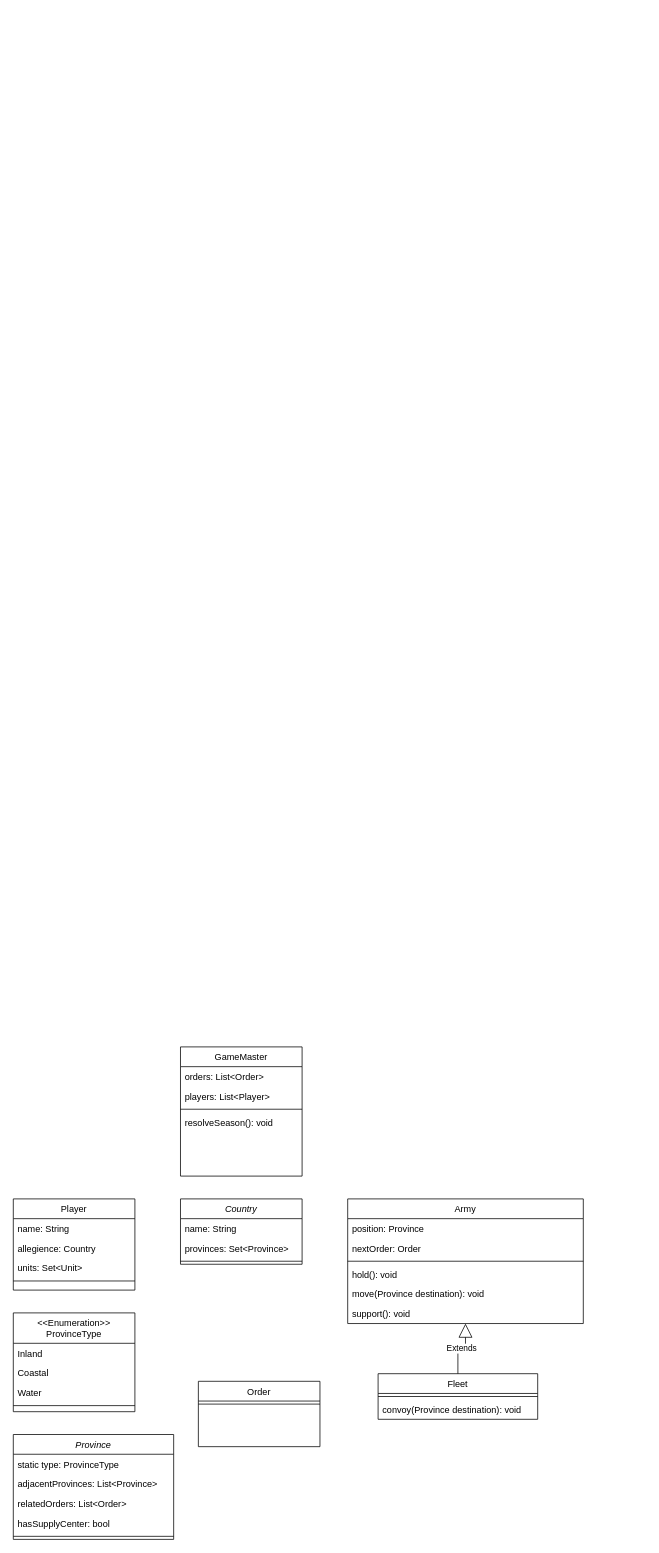
Above: docs/backend-uml.drawio in CPTR450-Diplomacy/backend (draw.io), before the change. Source tidied: cells renumbered, new cells numbered last; positions are measured from the earlier drawing's top-left corner, leaving out a move shared by most shapes. Both pictures are drawn from the tidied source at 76%, with x=0, y=0 at pixel (13, 1047).
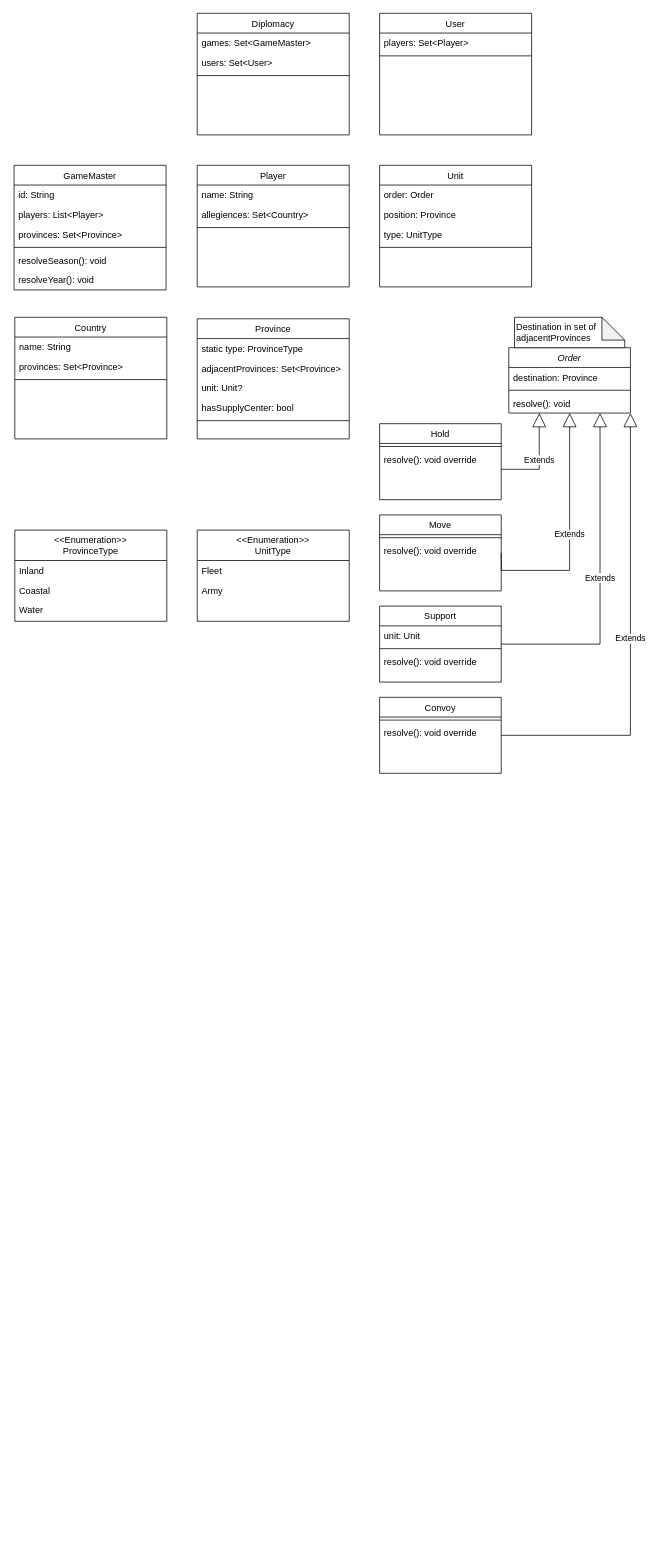
The same diagram, later.

Commit message (it also covers changes not shown here):
Updates to our backend architecture. (#1)

* WIP - Doing some rethinking of various instance variables for various classes.

* Updates from our Thursday meeting.

Change to the diagram source:
```diff
@@
     <mxCell id="2" value="Player" style="swimlane;fontStyle=0;align=center;verticalAlign=top;horizontal=1;startSize=26;rounded=0;shadow=0;strokeWidth=1;" parent="1" vertex="1">
-      <mxGeometry y="200" width="160" height="120" as="geometry" />
+      <mxGeometry x="242" y="-1160" width="200" height="160" as="geometry" />
     </mxCell>
     <mxCell id="3" value="name: String" style="text;align=left;verticalAlign=top;spacingLeft=4;spacingRight=4;overflow=hidden;" parent="2" vertex="1">
-      <mxGeometry y="26" width="160" height="26" as="geometry" />
+      <mxGeometry y="26" width="200" height="26" as="geometry" />
     </mxCell>
-    <mxCell id="4" value="allegience: Country" style="text;align=left;verticalAlign=top;spacingLeft=4;spacingRight=4;overflow=hidden;" parent="2" vertex="1">
-      <mxGeometry y="52" width="160" height="26" as="geometry" />
+    <mxCell id="4" value="allegiences: Set&lt;Country&gt;" style="text;align=left;verticalAlign=top;spacingLeft=4;spacingRight=4;overflow=hidden;" parent="2" vertex="1">
+      <mxGeometry y="52" width="200" height="26" as="geometry" />
     </mxCell>
-    <mxCell id="5" value="units: Set&lt;Unit&gt;" style="text;align=left;verticalAlign=top;spacingLeft=4;spacingRight=4;overflow=hidden;" parent="2" vertex="1">
-      <mxGeometry y="78" width="160" height="26" as="geometry" />
-    </mxCell>
     <mxCell id="6" style="line;html=1;strokeWidth=1;align=left;verticalAlign=middle;spacingTop=-1;spacingLeft=3;spacingRight=3;labelPosition=right;" parent="2" vertex="1">
-      <mxGeometry y="104" width="160" height="8" as="geometry" />
+      <mxGeometry y="78" width="200" height="8" as="geometry" />
     </mxCell>
-    <mxCell id="7" value="Army" style="swimlane;fontStyle=0;align=center;verticalAlign=top;horizontal=1;startSize=26;rounded=0;shadow=0;strokeWidth=1;" parent="1" vertex="1">
-      <mxGeometry x="440" y="200" width="310" height="164" as="geometry" />
-    </mxCell>
-    <mxCell id="8" value="position: Province" style="text;align=left;verticalAlign=top;spacingLeft=4;spacingRight=4;overflow=hidden;" parent="7" vertex="1">
-      <mxGeometry y="26" width="310" height="26" as="geometry" />
-    </mxCell>
-    <mxCell id="9" value="nextOrder: Order" style="text;align=left;verticalAlign=top;spacingLeft=4;spacingRight=4;overflow=hidden;" parent="7" vertex="1">
-      <mxGeometry y="52" width="310" height="26" as="geometry" />
-    </mxCell>
-    <mxCell id="10" style="line;html=1;strokeWidth=1;align=left;verticalAlign=middle;spacingTop=-1;spacingLeft=3;spacingRight=3;labelPosition=right;" parent="7" vertex="1">
-      <mxGeometry y="78" width="310" height="8" as="geometry" />
-    </mxCell>
-    <mxCell id="11" value="hold(): void" style="text;align=left;verticalAlign=top;spacingLeft=4;spacingRight=4;overflow=hidden;" parent="7" vertex="1">
-      <mxGeometry y="86" width="310" height="26" as="geometry" />
-    </mxCell>
-    <mxCell id="12" value="move(Province destination): void" style="text;align=left;verticalAlign=top;spacingLeft=4;spacingRight=4;overflow=hidden;" parent="7" vertex="1">
-      <mxGeometry y="112" width="310" height="26" as="geometry" />
-    </mxCell>
-    <mxCell id="13" value="support(): void" style="text;align=left;verticalAlign=top;spacingLeft=4;spacingRight=4;overflow=hidden;" parent="7" vertex="1">
-      <mxGeometry y="138" width="310" height="26" as="geometry" />
-    </mxCell>
-    <mxCell id="14" value="Fleet" style="swimlane;fontStyle=0;align=center;verticalAlign=top;horizontal=1;startSize=26;rounded=0;shadow=0;strokeWidth=1;" parent="1" vertex="1">
-      <mxGeometry x="480" y="430" width="210" height="60" as="geometry" />
-    </mxCell>
-    <mxCell id="15" style="line;html=1;strokeWidth=1;align=left;verticalAlign=middle;spacingTop=-1;spacingLeft=3;spacingRight=3;labelPosition=right;" parent="14" vertex="1">
-      <mxGeometry y="26" width="210" height="8" as="geometry" />
-    </mxCell>
-    <mxCell id="16" value="convoy(Province destination): void" style="text;align=left;verticalAlign=top;spacingLeft=4;spacingRight=4;overflow=hidden;" parent="14" vertex="1">
-      <mxGeometry y="34" width="210" height="26" as="geometry" />
-    </mxCell>
-    <mxCell id="17" value="Extends" style="endArrow=block;endSize=16;endFill=0;html=1;rounded=0;edgeStyle=orthogonalEdgeStyle;" parent="1" edge="1" source="14" target="7">
-      <mxGeometry relative="1" as="geometry" />
-    </mxCell>
-    <mxCell id="18" value="Province" style="swimlane;fontStyle=2;align=center;verticalAlign=top;horizontal=1;startSize=26;rounded=0;shadow=0;strokeWidth=1;" parent="1" vertex="1">
-      <mxGeometry y="510" width="211" height="138" as="geometry" />
+    <mxCell id="18" value="Province" style="swimlane;fontStyle=0;align=center;verticalAlign=top;horizontal=1;startSize=26;rounded=0;shadow=0;strokeWidth=1;" parent="1" vertex="1">
+      <mxGeometry x="242" y="-958" width="200" height="158" as="geometry" />
     </mxCell>
     <mxCell id="19" value="static type: ProvinceType" style="text;align=left;verticalAlign=top;spacingLeft=4;spacingRight=4;overflow=hidden;" parent="18" vertex="1">
-      <mxGeometry y="26" width="211" height="26" as="geometry" />
+      <mxGeometry y="26" width="200" height="26" as="geometry" />
     </mxCell>
-    <mxCell id="20" value="adjacentProvinces: List&lt;Province&gt;" style="text;align=left;verticalAlign=top;spacingLeft=4;spacingRight=4;overflow=hidden;" parent="18" vertex="1">
-      <mxGeometry y="52" width="211" height="26" as="geometry" />
+    <mxCell id="20" value="adjacentProvinces: Set&lt;Province&gt;" style="text;align=left;verticalAlign=top;spacingLeft=4;spacingRight=4;overflow=hidden;" parent="18" vertex="1">
+      <mxGeometry y="52" width="200" height="26" as="geometry" />
     </mxCell>
-    <mxCell id="21" value="relatedOrders: List&lt;Order&gt;" style="text;align=left;verticalAlign=top;spacingLeft=4;spacingRight=4;overflow=hidden;" parent="18" vertex="1">
-      <mxGeometry y="78" width="211" height="26" as="geometry" />
+    <mxCell id="21" value="unit: Unit?" style="text;align=left;verticalAlign=top;spacingLeft=4;spacingRight=4;overflow=hidden;" parent="18" vertex="1">
+      <mxGeometry y="78" width="200" height="26" as="geometry" />
     </mxCell>
     <mxCell id="22" value="hasSupplyCenter: bool" style="text;align=left;verticalAlign=top;spacingLeft=4;spacingRight=4;overflow=hidden;" parent="18" vertex="1">
-      <mxGeometry y="104" width="211" height="26" as="geometry" />
+      <mxGeometry y="104" width="200" height="26" as="geometry" />
     </mxCell>
     <mxCell id="23" style="line;html=1;strokeWidth=1;align=left;verticalAlign=middle;spacingTop=-1;spacingLeft=3;spacingRight=3;labelPosition=right;" parent="18" vertex="1">
-      <mxGeometry y="130" width="211" height="8" as="geometry" />
+      <mxGeometry y="130" width="200" height="8" as="geometry" />
     </mxCell>
     <mxCell id="24" value="&lt;&lt;Enumeration&gt;&gt;&#10;ProvinceType" style="swimlane;fontStyle=0;align=center;verticalAlign=top;horizontal=1;startSize=40;rounded=0;shadow=0;strokeWidth=1;" parent="1" vertex="1">
-      <mxGeometry y="350" width="160" height="130" as="geometry" />
+      <mxGeometry x="2" y="-680" width="200" height="120" as="geometry" />
     </mxCell>
     <mxCell id="25" value="Inland" style="text;align=left;verticalAlign=top;spacingLeft=4;spacingRight=4;overflow=hidden;" parent="24" vertex="1">
-      <mxGeometry y="40" width="160" height="26" as="geometry" />
+      <mxGeometry y="40" width="200" height="26" as="geometry" />
     </mxCell>
     <mxCell id="26" value="Coastal" style="text;align=left;verticalAlign=top;spacingLeft=4;spacingRight=4;overflow=hidden;" parent="24" vertex="1">
-      <mxGeometry y="66" width="160" height="26" as="geometry" />
+      <mxGeometry y="66" width="200" height="26" as="geometry" />
     </mxCell>
     <mxCell id="27" value="Water" style="text;align=left;verticalAlign=top;spacingLeft=4;spacingRight=4;overflow=hidden;" parent="24" vertex="1">
-      <mxGeometry y="92" width="160" height="26" as="geometry" />
+      <mxGeometry y="92" width="200" height="28" as="geometry" />
     </mxCell>
-    <mxCell id="28" style="line;html=1;strokeWidth=1;align=left;verticalAlign=middle;spacingTop=-1;spacingLeft=3;spacingRight=3;labelPosition=right;" parent="24" vertex="1">
-      <mxGeometry y="118" width="160" height="8" as="geometry" />
-    </mxCell>
-    <mxCell id="29" value="Country" style="swimlane;fontStyle=2;align=center;verticalAlign=top;horizontal=1;startSize=26;rounded=0;shadow=0;strokeWidth=1;" parent="1" vertex="1">
-      <mxGeometry x="220" y="200" width="160" height="86" as="geometry" />
+    <mxCell id="29" value="Country" style="swimlane;fontStyle=0;align=center;verticalAlign=top;horizontal=1;startSize=26;rounded=0;shadow=0;strokeWidth=1;" parent="1" vertex="1">
+      <mxGeometry x="2" y="-960" width="200" height="160" as="geometry" />
     </mxCell>
     <mxCell id="30" value="name: String" style="text;align=left;verticalAlign=top;spacingLeft=4;spacingRight=4;overflow=hidden;" parent="29" vertex="1">
-      <mxGeometry y="26" width="160" height="26" as="geometry" />
+      <mxGeometry y="26" width="200" height="26" as="geometry" />
     </mxCell>
     <mxCell id="31" value="provinces: Set&lt;Province&gt;" style="text;align=left;verticalAlign=top;spacingLeft=4;spacingRight=4;overflow=hidden;" parent="29" vertex="1">
-      <mxGeometry y="52" width="160" height="26" as="geometry" />
+      <mxGeometry y="52" width="200" height="26" as="geometry" />
     </mxCell>
     <mxCell id="32" style="line;html=1;strokeWidth=1;align=left;verticalAlign=middle;spacingTop=-1;spacingLeft=3;spacingRight=3;labelPosition=right;" parent="29" vertex="1">
-      <mxGeometry y="78" width="160" height="8" as="geometry" />
+      <mxGeometry y="78" width="200" height="8" as="geometry" />
     </mxCell>
-    <mxCell id="33" value="Order" style="swimlane;fontStyle=0;align=center;verticalAlign=top;horizontal=1;startSize=26;rounded=0;shadow=0;strokeWidth=1;" parent="1" vertex="1">
-      <mxGeometry x="243.5" y="440" width="160" height="86" as="geometry" />
+    <mxCell id="33" value="Order" style="swimlane;fontStyle=2;align=center;verticalAlign=top;horizontal=1;startSize=26;rounded=0;shadow=0;strokeWidth=1;" parent="1" vertex="1">
+      <mxGeometry x="652" y="-920" width="160" height="86" as="geometry" />
     </mxCell>
+    <mxCell id="40" value="destination: Province" style="text;align=left;verticalAlign=top;spacingLeft=4;spacingRight=4;overflow=hidden;" parent="33" vertex="1">
+      <mxGeometry y="26" width="160" height="26" as="geometry" />
+    </mxCell>
     <mxCell id="34" style="line;html=1;strokeWidth=1;align=left;verticalAlign=middle;spacingTop=-1;spacingLeft=3;spacingRight=3;labelPosition=right;" parent="33" vertex="1">
-      <mxGeometry y="26" width="160" height="8" as="geometry" />
+      <mxGeometry y="52" width="160" height="8" as="geometry" />
     </mxCell>
+    <mxCell id="41" value="resolve(): void" style="text;align=left;verticalAlign=top;spacingLeft=4;spacingRight=4;overflow=hidden;" parent="33" vertex="1">
+      <mxGeometry y="60" width="160" height="26" as="geometry" />
+    </mxCell>
     <mxCell id="35" value="GameMaster" style="swimlane;fontStyle=0;align=center;verticalAlign=top;horizontal=1;startSize=26;rounded=0;shadow=0;strokeWidth=1;" parent="1" vertex="1">
-      <mxGeometry x="220" width="160" height="170" as="geometry" />
+      <mxGeometry x="1" y="-1160" width="200" height="164" as="geometry" />
     </mxCell>
-    <mxCell id="36" value="orders: List&lt;Order&gt;" style="text;align=left;verticalAlign=top;spacingLeft=4;spacingRight=4;overflow=hidden;" parent="35" vertex="1">
-      <mxGeometry y="26" width="160" height="26" as="geometry" />
-    </mxCell>
+    <mxCell id="42" value="id: String" style="text;align=left;verticalAlign=top;spacingLeft=4;spacingRight=4;overflow=hidden;" parent="35" vertex="1">
+      <mxGeometry y="26" width="200" height="26" as="geometry" />
+    </mxCell>
     <mxCell id="37" value="players: List&lt;Player&gt;" style="text;align=left;verticalAlign=top;spacingLeft=4;spacingRight=4;overflow=hidden;" parent="35" vertex="1">
-      <mxGeometry y="52" width="160" height="26" as="geometry" />
+      <mxGeometry y="52" width="200" height="26" as="geometry" />
     </mxCell>
+    <mxCell id="43" value="provinces: Set&lt;Province&gt;" style="text;align=left;verticalAlign=top;spacingLeft=4;spacingRight=4;overflow=hidden;" parent="35" vertex="1">
+      <mxGeometry y="78" width="200" height="26" as="geometry" />
+    </mxCell>
     <mxCell id="38" style="line;html=1;strokeWidth=1;align=left;verticalAlign=middle;spacingTop=-1;spacingLeft=3;spacingRight=3;labelPosition=right;" parent="35" vertex="1">
-      <mxGeometry y="78" width="160" height="8" as="geometry" />
+      <mxGeometry y="104" width="200" height="8" as="geometry" />
     </mxCell>
     <mxCell id="39" value="resolveSeason(): void" style="text;align=left;verticalAlign=top;spacingLeft=4;spacingRight=4;overflow=hidden;" parent="35" vertex="1">
-      <mxGeometry y="86" width="160" height="26" as="geometry" />
+      <mxGeometry y="112" width="200" height="26" as="geometry" />
     </mxCell>
+    <mxCell id="44" value="resolveYear(): void" style="text;align=left;verticalAlign=top;spacingLeft=4;spacingRight=4;overflow=hidden;" parent="35" vertex="1">
+      <mxGeometry y="138" width="200" height="26" as="geometry" />
+    </mxCell>
+    <mxCell id="45" value="Unit" style="swimlane;fontStyle=0;align=center;verticalAlign=top;horizontal=1;startSize=26;rounded=0;shadow=0;strokeWidth=1;" parent="1" vertex="1">
+      <mxGeometry x="482" y="-1160" width="200" height="160" as="geometry" />
+    </mxCell>
+    <mxCell id="46" value="order: Order" style="text;align=left;verticalAlign=top;spacingLeft=4;spacingRight=4;overflow=hidden;" parent="45" vertex="1">
+      <mxGeometry y="26" width="200" height="26" as="geometry" />
+    </mxCell>
+    <mxCell id="8" value="position: Province" style="text;align=left;verticalAlign=top;spacingLeft=4;spacingRight=4;overflow=hidden;" parent="45" vertex="1">
+      <mxGeometry y="52" width="200" height="26" as="geometry" />
+    </mxCell>
+    <mxCell id="47" value="type: UnitType" style="text;align=left;verticalAlign=top;spacingLeft=4;spacingRight=4;overflow=hidden;" parent="45" vertex="1">
+      <mxGeometry y="78" width="200" height="26" as="geometry" />
+    </mxCell>
+    <mxCell id="48" style="line;html=1;strokeWidth=1;align=left;verticalAlign=middle;spacingTop=-1;spacingLeft=3;spacingRight=3;labelPosition=right;" parent="45" vertex="1">
+      <mxGeometry y="104" width="200" height="8" as="geometry" />
+    </mxCell>
+    <mxCell id="49" value="Destination in set of adjacentProvinces" style="shape=note;whiteSpace=wrap;html=1;backgroundOutline=1;darkOpacity=0.05;align=left;" parent="1" vertex="1">
+      <mxGeometry x="659.5" y="-960" width="145" height="40" as="geometry" />
+    </mxCell>
+    <mxCell id="50" value="Hold" style="swimlane;fontStyle=0;align=center;verticalAlign=top;horizontal=1;startSize=26;rounded=0;shadow=0;strokeWidth=1;" parent="1" vertex="1">
+      <mxGeometry x="482" y="-820" width="160" height="100" as="geometry" />
+    </mxCell>
+    <mxCell id="51" style="line;html=1;strokeWidth=1;align=left;verticalAlign=middle;spacingTop=-1;spacingLeft=3;spacingRight=3;labelPosition=right;" parent="50" vertex="1">
+      <mxGeometry y="26" width="160" height="8" as="geometry" />
+    </mxCell>
+    <mxCell id="52" value="resolve(): void override" style="text;align=left;verticalAlign=top;spacingLeft=4;spacingRight=4;overflow=hidden;" parent="50" vertex="1">
+      <mxGeometry y="34" width="160" height="26" as="geometry" />
+    </mxCell>
+    <mxCell id="53" value="Extends" style="endArrow=block;endSize=16;endFill=0;html=1;rounded=0;edgeStyle=orthogonalEdgeStyle;entryX=0.25;entryY=1;entryDx=0;entryDy=0;" parent="1" edge="1" source="50" target="33">
+      <mxGeometry relative="1" as="geometry">
+        <Array as="points">
+          <mxPoint x="692" y="-760" />
+        </Array>
+      </mxGeometry>
+    </mxCell>
+    <mxCell id="54" value="Move" style="swimlane;fontStyle=0;align=center;verticalAlign=top;horizontal=1;startSize=26;rounded=0;shadow=0;strokeWidth=1;" parent="1" vertex="1">
+      <mxGeometry x="482" y="-700" width="160" height="100" as="geometry" />
+    </mxCell>
+    <mxCell id="55" style="line;html=1;strokeWidth=1;align=left;verticalAlign=middle;spacingTop=-1;spacingLeft=3;spacingRight=3;labelPosition=right;" parent="54" vertex="1">
+      <mxGeometry y="26" width="160" height="8" as="geometry" />
+    </mxCell>
+    <mxCell id="56" value="resolve(): void override" style="text;align=left;verticalAlign=top;spacingLeft=4;spacingRight=4;overflow=hidden;" parent="54" vertex="1">
+      <mxGeometry y="34" width="160" height="26" as="geometry" />
+    </mxCell>
+    <mxCell id="57" value="Support" style="swimlane;fontStyle=0;align=center;verticalAlign=top;horizontal=1;startSize=26;rounded=0;shadow=0;strokeWidth=1;" parent="1" vertex="1">
+      <mxGeometry x="482" y="-580" width="160" height="100" as="geometry" />
+    </mxCell>
+    <mxCell id="58" value="unit: Unit" style="text;align=left;verticalAlign=top;spacingLeft=4;spacingRight=4;overflow=hidden;" parent="57" vertex="1">
+      <mxGeometry y="26" width="160" height="26" as="geometry" />
+    </mxCell>
+    <mxCell id="59" style="line;html=1;strokeWidth=1;align=left;verticalAlign=middle;spacingTop=-1;spacingLeft=3;spacingRight=3;labelPosition=right;" parent="57" vertex="1">
+      <mxGeometry y="52" width="160" height="8" as="geometry" />
+    </mxCell>
+    <mxCell id="60" value="resolve(): void override" style="text;align=left;verticalAlign=top;spacingLeft=4;spacingRight=4;overflow=hidden;" parent="57" vertex="1">
+      <mxGeometry y="60" width="160" height="26" as="geometry" />
+    </mxCell>
+    <mxCell id="61" value="Convoy" style="swimlane;fontStyle=0;align=center;verticalAlign=top;horizontal=1;startSize=26;rounded=0;shadow=0;strokeWidth=1;" parent="1" vertex="1">
+      <mxGeometry x="482" y="-460" width="160" height="100" as="geometry" />
+    </mxCell>
+    <mxCell id="62" style="line;html=1;strokeWidth=1;align=left;verticalAlign=middle;spacingTop=-1;spacingLeft=3;spacingRight=3;labelPosition=right;" parent="61" vertex="1">
+      <mxGeometry y="26" width="160" height="8" as="geometry" />
+    </mxCell>
+    <mxCell id="63" value="resolve(): void override" style="text;align=left;verticalAlign=top;spacingLeft=4;spacingRight=4;overflow=hidden;" parent="61" vertex="1">
+      <mxGeometry y="34" width="160" height="26" as="geometry" />
+    </mxCell>
+    <mxCell id="64" value="Extends" style="endArrow=block;endSize=16;endFill=0;html=1;rounded=0;edgeStyle=orthogonalEdgeStyle;entryX=0.5;entryY=1;entryDx=0;entryDy=0;exitX=1;exitY=0.5;exitDx=0;exitDy=0;" parent="1" edge="1" source="54" target="33">
+      <mxGeometry relative="1" as="geometry">
+        <Array as="points">
+          <mxPoint x="732" y="-627" />
+        </Array>
+      </mxGeometry>
+    </mxCell>
+    <mxCell id="65" value="Extends" style="endArrow=block;endSize=16;endFill=0;html=1;rounded=0;edgeStyle=orthogonalEdgeStyle;entryX=0.75;entryY=1;entryDx=0;entryDy=0;exitX=1;exitY=0.5;exitDx=0;exitDy=0;" parent="1" edge="1" source="57" target="33">
+      <mxGeometry relative="1" as="geometry">
+        <Array as="points">
+          <mxPoint x="772" y="-530" />
+        </Array>
+      </mxGeometry>
+    </mxCell>
+    <mxCell id="66" value="Extends" style="endArrow=block;endSize=16;endFill=0;html=1;rounded=0;edgeStyle=orthogonalEdgeStyle;entryX=1;entryY=1;entryDx=0;entryDy=0;exitX=1;exitY=0.5;exitDx=0;exitDy=0;" parent="1" edge="1" source="61" target="33">
+      <mxGeometry relative="1" as="geometry">
+        <Array as="points">
+          <mxPoint x="812" y="-410" />
+        </Array>
+      </mxGeometry>
+    </mxCell>
+    <mxCell id="67" value="&lt;&lt;Enumeration&gt;&gt;&#10;UnitType" style="swimlane;fontStyle=0;align=center;verticalAlign=top;horizontal=1;startSize=40;rounded=0;shadow=0;strokeWidth=1;" parent="1" vertex="1">
+      <mxGeometry x="242" y="-680" width="200" height="120" as="geometry" />
+    </mxCell>
+    <mxCell id="14" value="Fleet" style="text;align=left;verticalAlign=top;spacingLeft=4;spacingRight=4;overflow=hidden;points=[[0,0.5],[1,0.5]];portConstraint=eastwest;" parent="67" vertex="1">
+      <mxGeometry y="40" width="200" height="26" as="geometry" />
+    </mxCell>
+    <mxCell id="7" value="Army" style="text;align=left;verticalAlign=top;spacingLeft=4;spacingRight=4;overflow=hidden;points=[[0,0.5],[1,0.5]];portConstraint=eastwest;" parent="67" vertex="1">
+      <mxGeometry y="66" width="200" height="26" as="geometry" />
+    </mxCell>
+    <mxCell id="68" value="Diplomacy" style="swimlane;fontStyle=0;align=center;verticalAlign=top;horizontal=1;startSize=26;rounded=0;shadow=0;strokeWidth=1;" parent="1" vertex="1">
+      <mxGeometry x="242" y="-1360" width="200" height="160" as="geometry" />
+    </mxCell>
+    <mxCell id="69" value="games: Set&lt;GameMaster&gt;" style="text;align=left;verticalAlign=top;spacingLeft=4;spacingRight=4;overflow=hidden;" parent="68" vertex="1">
+      <mxGeometry y="26" width="200" height="26" as="geometry" />
+    </mxCell>
+    <mxCell id="70" value="users: Set&lt;User&gt;" style="text;align=left;verticalAlign=top;spacingLeft=4;spacingRight=4;overflow=hidden;" parent="68" vertex="1">
+      <mxGeometry y="52" width="200" height="26" as="geometry" />
+    </mxCell>
+    <mxCell id="71" style="line;html=1;strokeWidth=1;align=left;verticalAlign=middle;spacingTop=-1;spacingLeft=3;spacingRight=3;labelPosition=right;" parent="68" vertex="1">
+      <mxGeometry y="78" width="200" height="8" as="geometry" />
+    </mxCell>
+    <mxCell id="72" value="User" style="swimlane;fontStyle=0;align=center;verticalAlign=top;horizontal=1;startSize=26;rounded=0;shadow=0;strokeWidth=1;" parent="1" vertex="1">
+      <mxGeometry x="482" y="-1360" width="200" height="160" as="geometry" />
+    </mxCell>
+    <mxCell id="73" value="players: Set&lt;Player&gt;" style="text;align=left;verticalAlign=top;spacingLeft=4;spacingRight=4;overflow=hidden;" parent="72" vertex="1">
+      <mxGeometry y="26" width="200" height="26" as="geometry" />
+    </mxCell>
+    <mxCell id="74" style="line;html=1;strokeWidth=1;align=left;verticalAlign=middle;spacingTop=-1;spacingLeft=3;spacingRight=3;labelPosition=right;" parent="72" vertex="1">
+      <mxGeometry y="52" width="200" height="8" as="geometry" />
+    </mxCell>
```
